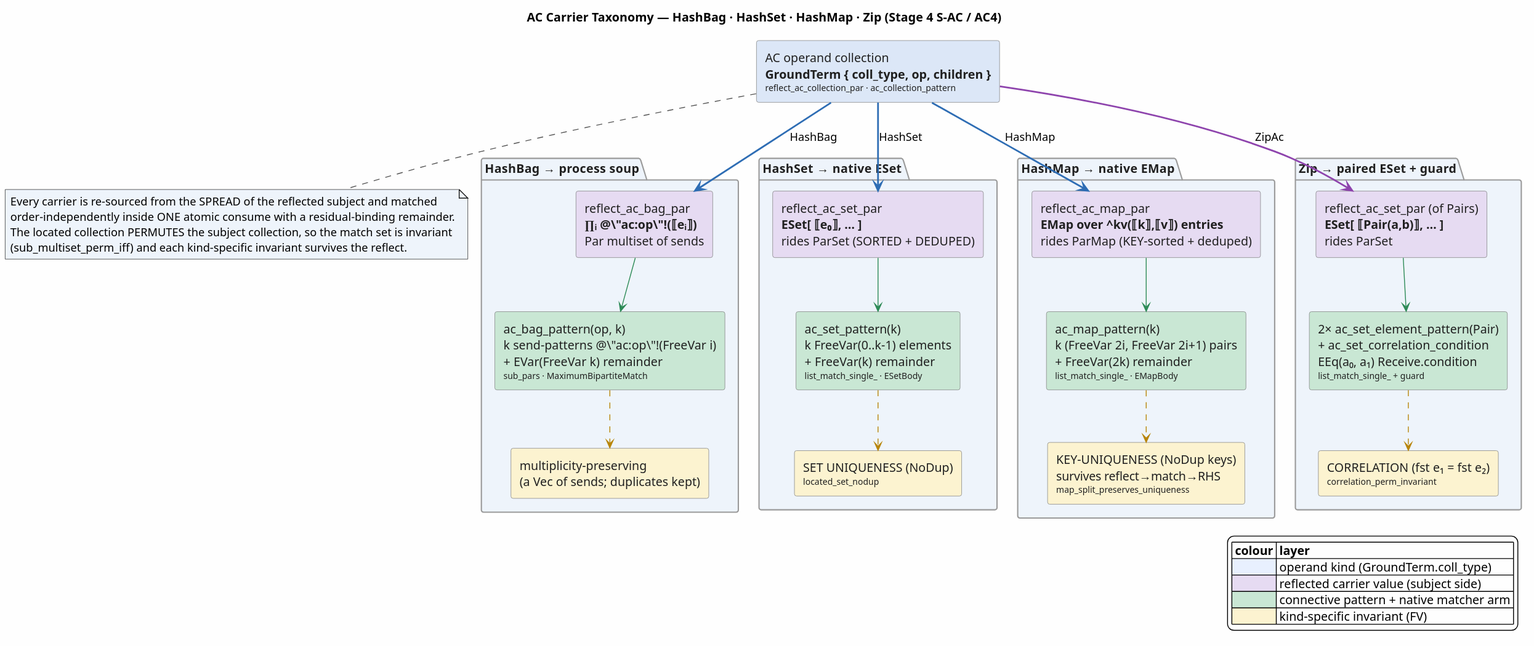
The PlantUML diagram docs/architecture/rho-native-integration/figures/in-rho-ac-matching-carrier-taxonomy.svg in F1R3FLY-io/mettail-rust, before a commit. The source it was exported from:
```plantuml
@startuml
skinparam backgroundColor #FEFEFE
skinparam defaultFontName sans
skinparam componentStyle rectangle
skinparam shadowing false
skinparam ArrowColor #555555
skinparam rectangle {
  BorderColor #7A7A7A
  FontColor #202020
}
skinparam package {
  BorderColor #9A9A9A
  FontColor #202020
}

title AC Carrier Taxonomy — HashBag · HashSet · HashMap · Zip  (Stage 4 S-AC / AC4)

legend bottom right
  |= colour |= layer |
  |<#E8F0FE>| operand kind (GroundTerm.coll_type) |
  |<#E6DBF2>| reflected carrier value (subject side) |
  |<#C9E7D4>| connective pattern + native matcher arm |
  |<#FCF3D0>| kind-specific invariant (FV) |
endlegend

rectangle "AC operand collection\n<b>GroundTerm { coll_type, op, children }</b>\n<size:10>reflect_ac_collection_par · ac_collection_pattern</size>" as ROOT #DCE7F7

package "HashBag  →  process soup" #EEF4FB {
  rectangle "reflect_ac_bag_par\n<b>∏ᵢ @\"ac:op\"!(⟦eᵢ⟧)</b>\nPar multiset of sends" as BAGC #E6DBF2
  rectangle "ac_bag_pattern(op, k)\nk send-patterns @\"ac:op\"!(FreeVar i)\n+ EVar(FreeVar k) remainder\n<size:10>sub_pars · MaximumBipartiteMatch</size>" as BAGP #C9E7D4
  rectangle "multiplicity-preserving\n(a Vec of sends; duplicates kept)" as BAGI #FCF3D0
}

package "HashSet  →  native ESet" #EEF4FB {
  rectangle "reflect_ac_set_par\n<b>ESet[ ⟦e₀⟧, … ]</b>\nrides ParSet (SORTED + DEDUPED)" as SETC #E6DBF2
  rectangle "ac_set_pattern(k)\nk FreeVar(0..k-1) elements\n+ FreeVar(k) remainder\n<size:10>list_match_single_ · ESetBody</size>" as SETP #C9E7D4
  rectangle "SET UNIQUENESS (NoDup)\n<size:10>located_set_nodup</size>" as SETI #FCF3D0
}

package "HashMap  →  native EMap" #EEF4FB {
  rectangle "reflect_ac_map_par\n<b>EMap over ^kv(⟦k⟧,⟦v⟧) entries</b>\nrides ParMap (KEY-sorted + deduped)" as MAPC #E6DBF2
  rectangle "ac_map_pattern(k)\nk (FreeVar 2i, FreeVar 2i+1) pairs\n+ FreeVar(2k) remainder\n<size:10>list_match_single_ · EMapBody</size>" as MAPP #C9E7D4
  rectangle "KEY-UNIQUENESS (NoDup keys)\nsurvives reflect→match→RHS\n<size:10>map_split_preserves_uniqueness</size>" as MAPI #FCF3D0
}

package "Zip  →  paired ESet + guard" #EEF4FB {
  rectangle "reflect_ac_set_par (of Pairs)\n<b>ESet[ ⟦Pair(a,b)⟧, … ]</b>\nrides ParSet" as ZIPC #E6DBF2
  rectangle "2× ac_set_element_pattern(Pair)\n+ ac_set_correlation_condition\nEEq(a₀, a₁) Receive.condition\n<size:10>list_match_single_ + guard</size>" as ZIPP #C9E7D4
  rectangle "CORRELATION (fst e₁ = fst e₂)\n<size:10>correlation_perm_invariant</size>" as ZIPI #FCF3D0
}

ROOT -[#2E6DB4,thickness=2]-> BAGC : HashBag
ROOT -[#2E6DB4,thickness=2]-> SETC : HashSet
ROOT -[#2E6DB4,thickness=2]-> MAPC : HashMap
ROOT -[#8E44AD,thickness=2]-> ZIPC : ZipAc

BAGC -[#2E8B57]-> BAGP
SETC -[#2E8B57]-> SETP
MAPC -[#2E8B57]-> MAPP
ZIPC -[#2E8B57]-> ZIPP

BAGP -[#B8860B,dashed]-> BAGI
SETP -[#B8860B,dashed]-> SETI
MAPP -[#B8860B,dashed]-> MAPI
ZIPP -[#B8860B,dashed]-> ZIPI

note bottom of ROOT #EEF4FB
  Every carrier is re-sourced from the SPREAD of the reflected subject and matched
  order-independently inside ONE atomic consume with a residual-binding remainder.
  The located collection PERMUTES the subject collection, so the match set is invariant
  (sub_multiset_perm_iff) and each kind-specific invariant survives the reflect.
end note
@enduml
```
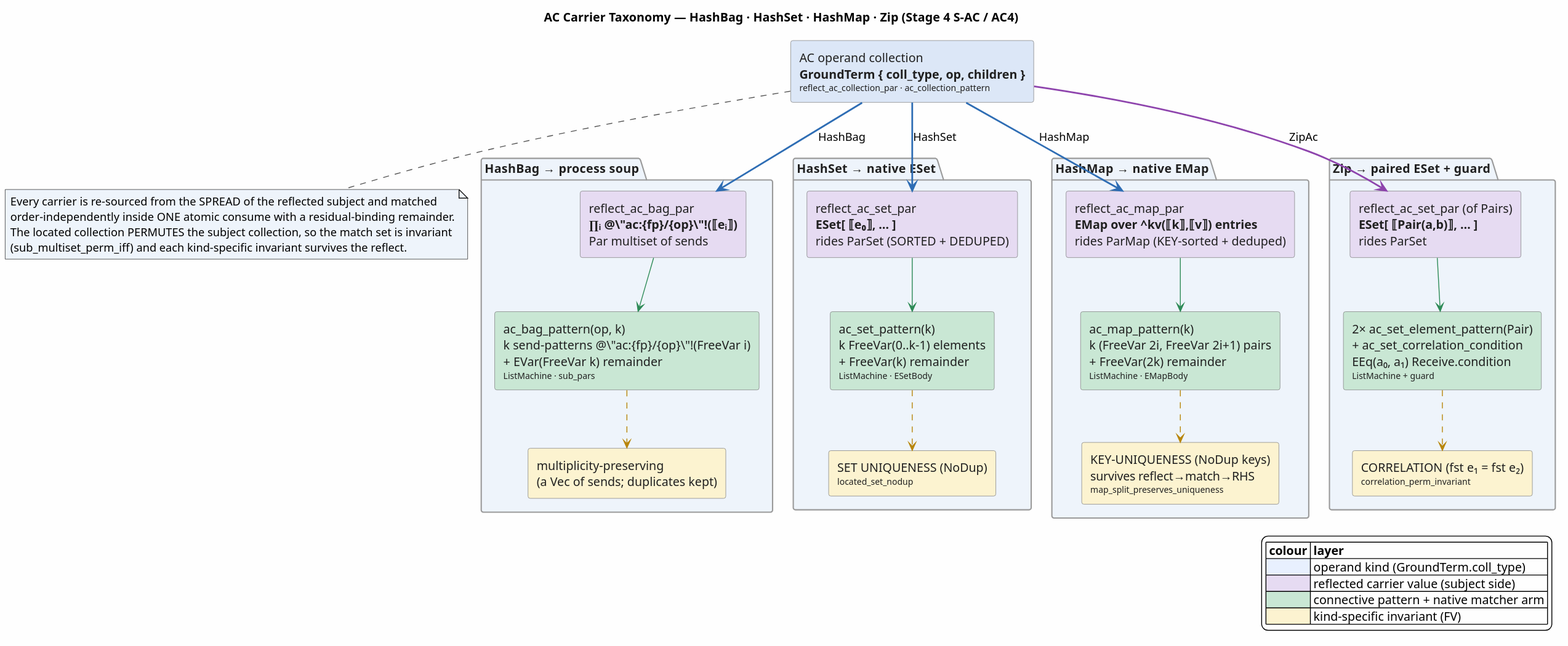
After the commit.

What changed in the source:
```diff
@@ -26,26 +26,26 @@
 rectangle "AC operand collection\n<b>GroundTerm { coll_type, op, children }</b>\n<size:10>reflect_ac_collection_par · ac_collection_pattern</size>" as ROOT #DCE7F7
 
 package "HashBag  →  process soup" #EEF4FB {
-  rectangle "reflect_ac_bag_par\n<b>∏ᵢ @\"ac:op\"!(⟦eᵢ⟧)</b>\nPar multiset of sends" as BAGC #E6DBF2
-  rectangle "ac_bag_pattern(op, k)\nk send-patterns @\"ac:op\"!(FreeVar i)\n+ EVar(FreeVar k) remainder\n<size:10>sub_pars · MaximumBipartiteMatch</size>" as BAGP #C9E7D4
+  rectangle "reflect_ac_bag_par\n<b>∏ᵢ @\"ac:{fp}/{op}\"!(⟦eᵢ⟧)</b>\nPar multiset of sends" as BAGC #E6DBF2
+  rectangle "ac_bag_pattern(op, k)\nk send-patterns @\"ac:{fp}/{op}\"!(FreeVar i)\n+ EVar(FreeVar k) remainder\n<size:10>ListMachine · sub_pars</size>" as BAGP #C9E7D4
   rectangle "multiplicity-preserving\n(a Vec of sends; duplicates kept)" as BAGI #FCF3D0
 }
 
 package "HashSet  →  native ESet" #EEF4FB {
   rectangle "reflect_ac_set_par\n<b>ESet[ ⟦e₀⟧, … ]</b>\nrides ParSet (SORTED + DEDUPED)" as SETC #E6DBF2
-  rectangle "ac_set_pattern(k)\nk FreeVar(0..k-1) elements\n+ FreeVar(k) remainder\n<size:10>list_match_single_ · ESetBody</size>" as SETP #C9E7D4
+  rectangle "ac_set_pattern(k)\nk FreeVar(0..k-1) elements\n+ FreeVar(k) remainder\n<size:10>ListMachine · ESetBody</size>" as SETP #C9E7D4
   rectangle "SET UNIQUENESS (NoDup)\n<size:10>located_set_nodup</size>" as SETI #FCF3D0
 }
 
 package "HashMap  →  native EMap" #EEF4FB {
   rectangle "reflect_ac_map_par\n<b>EMap over ^kv(⟦k⟧,⟦v⟧) entries</b>\nrides ParMap (KEY-sorted + deduped)" as MAPC #E6DBF2
-  rectangle "ac_map_pattern(k)\nk (FreeVar 2i, FreeVar 2i+1) pairs\n+ FreeVar(2k) remainder\n<size:10>list_match_single_ · EMapBody</size>" as MAPP #C9E7D4
+  rectangle "ac_map_pattern(k)\nk (FreeVar 2i, FreeVar 2i+1) pairs\n+ FreeVar(2k) remainder\n<size:10>ListMachine · EMapBody</size>" as MAPP #C9E7D4
   rectangle "KEY-UNIQUENESS (NoDup keys)\nsurvives reflect→match→RHS\n<size:10>map_split_preserves_uniqueness</size>" as MAPI #FCF3D0
 }
 
 package "Zip  →  paired ESet + guard" #EEF4FB {
   rectangle "reflect_ac_set_par (of Pairs)\n<b>ESet[ ⟦Pair(a,b)⟧, … ]</b>\nrides ParSet" as ZIPC #E6DBF2
-  rectangle "2× ac_set_element_pattern(Pair)\n+ ac_set_correlation_condition\nEEq(a₀, a₁) Receive.condition\n<size:10>list_match_single_ + guard</size>" as ZIPP #C9E7D4
+  rectangle "2× ac_set_element_pattern(Pair)\n+ ac_set_correlation_condition\nEEq(a₀, a₁) Receive.condition\n<size:10>ListMachine + guard</size>" as ZIPP #C9E7D4
   rectangle "CORRELATION (fst e₁ = fst e₂)\n<size:10>correlation_perm_invariant</size>" as ZIPI #FCF3D0
 }
 
```
